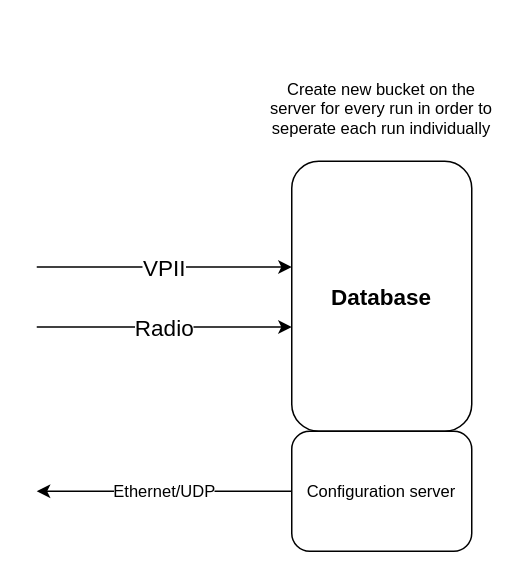
The draw.io diagram page "Acquisition Server" (4 of 4) of GNSS Datalogger Blockdiagram.drawio in torejohansson97/tightly-coupled-gnss-data-logger, before the edit. Source tidied: cells renumbered, new cells numbered last; positions are measured from the earlier drawing's top-left corner, leaving out a move shared by most shapes. Both pictures are drawn from the tidied source at 150%, with x=0, y=0 at pixel (36, 26).
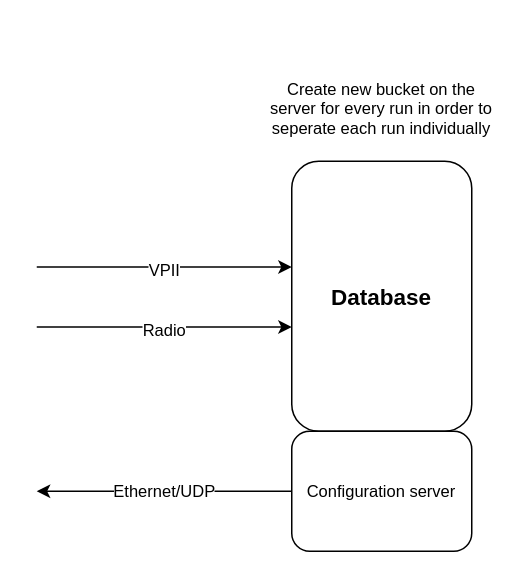
Above is the later version.

Commit message (it also covers changes not shown here):
Added throttle position to VPII

What changed in the source:
```diff
@@
 <mxGraphModel>
   <root>
     <mxCell id="0" />
     <mxCell id="1" parent="0" />
     <mxCell id="2" value="&lt;font size=&quot;1&quot;&gt;&lt;b style=&quot;font-size: 15px;&quot;&gt;Database&lt;/b&gt;&lt;/font&gt;" style="rounded=1;whiteSpace=wrap;html=1;fontSize=9;" parent="1" vertex="1">
       <mxGeometry x="170" y="90" width="120" height="180" as="geometry" />
     </mxCell>
-    <mxCell id="3" value="VPII" style="endArrow=classic;html=1;rounded=0;fontSize=15;" parent="1" edge="1">
+    <mxCell id="3" value="&lt;font style=&quot;font-size: 11px;&quot;&gt;VPII&lt;/font&gt;" style="endArrow=classic;html=1;rounded=0;fontSize=15;" parent="1" edge="1">
       <mxGeometry relative="1" as="geometry">
         <mxPoint y="160.5" as="sourcePoint" />
         <mxPoint x="170" y="160.5" as="targetPoint" />
       </mxGeometry>
     </mxCell>
-    <mxCell id="4" value="Radio" style="endArrow=classic;html=1;rounded=0;fontSize=15;" parent="1" edge="1">
+    <mxCell id="4" value="&lt;font style=&quot;font-size: 11px;&quot;&gt;Radio&lt;/font&gt;" style="endArrow=classic;html=1;rounded=0;fontSize=15;" parent="1" edge="1">
       <mxGeometry relative="1" as="geometry">
         <mxPoint y="200.5" as="sourcePoint" />
         <mxPoint x="170" y="200.5" as="targetPoint" />
       </mxGeometry>
     </mxCell>
     <mxCell id="5" value="Create new bucket on the server for every run in order to seperate each run individually" style="text;html=1;strokeColor=none;fillColor=none;align=center;verticalAlign=middle;whiteSpace=wrap;rounded=0;fontSize=11;" parent="1" vertex="1">
       <mxGeometry x="150" width="160" height="110" as="geometry" />
     </mxCell>
     <mxCell id="6" value="Configuration server" style="rounded=1;whiteSpace=wrap;html=1;fontSize=11;" parent="1" vertex="1">
       <mxGeometry x="170" y="270" width="120" height="80" as="geometry" />
     </mxCell>
     <mxCell id="7" value="Ethernet/UDP" style="endArrow=classic;html=1;rounded=0;fontSize=11;exitX=0;exitY=0.5;exitDx=0;exitDy=0;" parent="1" edge="1" source="6">
       <mxGeometry relative="1" as="geometry">
         <mxPoint y="310" as="targetPoint" />
       </mxGeometry>
     </mxCell>
   </root>
 </mxGraphModel>
```
